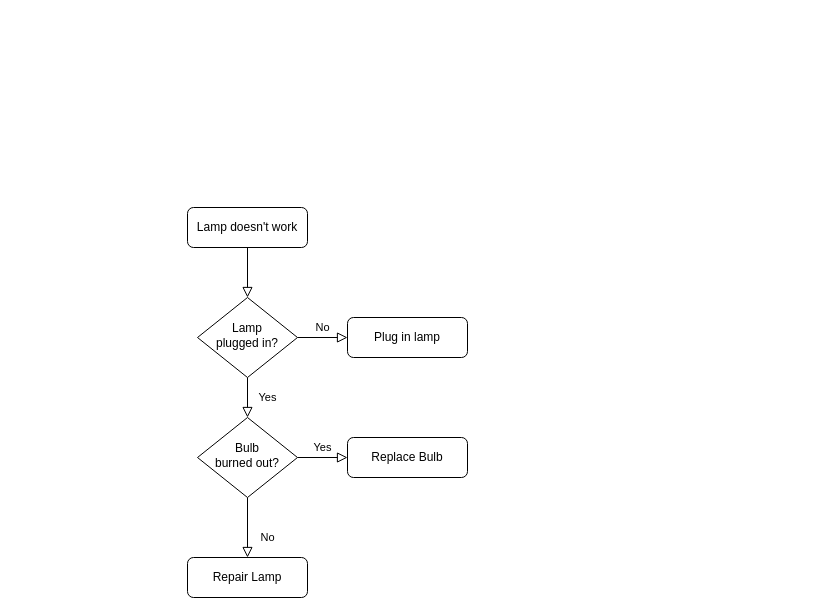
roykimm/diagram keeps this draw.io diagram as Untitled Diagram.drawio. Above is the earlier version. Source tidied: cells renumbered, new cells numbered last; positions are measured from the earlier drawing's top-left corner, leaving out a move shared by most shapes. Both pictures are drawn from the tidied source at 100%, with x=0, y=0 at pixel (187, 207).
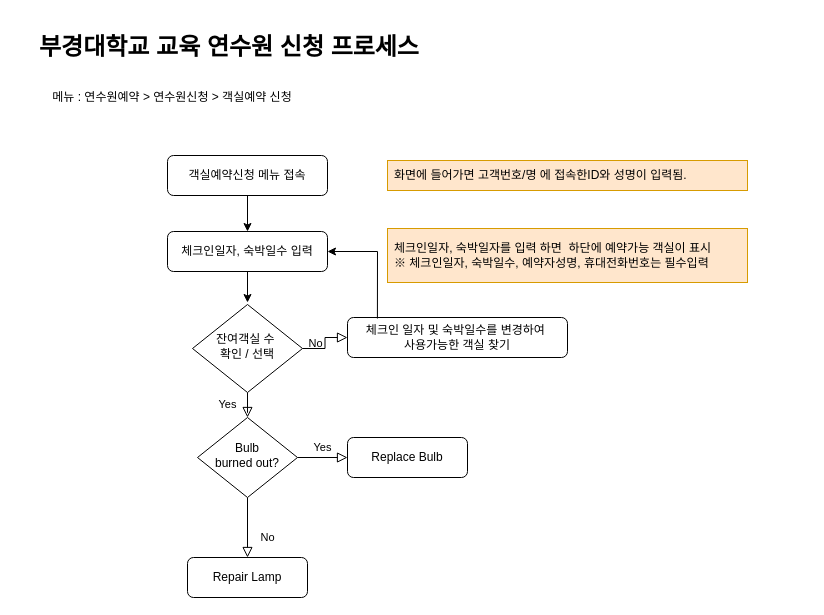
The same page after the edit.

Diff of the diagram source:
```diff
@@
-    <mxCell id="2" style="rounded=0;html=1;jettySize=auto;fontSize=11;endArrow=block;endFill=0;endSize=8;strokeWidth=1;shadow=0;labelBackgroundColor=none;edgeStyle=orthogonalEdgeStyle;" parent="1" edge="1" source="3" target="6">
-      <mxGeometry relative="1" as="geometry" />
-    </mxCell>
-    <mxCell id="3" value="Lamp doesn't work" style="rounded=1;whiteSpace=wrap;html=1;fontSize=12;glass=0;strokeWidth=1;shadow=0;" parent="1" vertex="1">
-      <mxGeometry width="120" height="40" as="geometry" />
+    <mxCell id="3" value="객실예약신청 메뉴 접속" style="rounded=1;whiteSpace=wrap;html=1;fontSize=12;glass=0;strokeWidth=1;shadow=0;" parent="1" vertex="1">
+      <mxGeometry x="-20" y="-52" width="160" height="40" as="geometry" />
     </mxCell>
@@
-    <mxCell id="6" value="Lamp&lt;br&gt;plugged in?" style="rhombus;whiteSpace=wrap;html=1;shadow=0;fontFamily=Helvetica;fontSize=12;align=center;strokeWidth=1;spacing=6;spacingTop=-4;" parent="1" vertex="1">
-      <mxGeometry x="10" y="90" width="100" height="80" as="geometry" />
+    <mxCell id="6" value="잔여객실 수&amp;nbsp;&lt;br&gt;확인 / 선택" style="rhombus;whiteSpace=wrap;html=1;shadow=0;fontFamily=Helvetica;fontSize=12;align=center;strokeWidth=1;spacing=6;spacingTop=-4;" parent="1" vertex="1">
+      <mxGeometry x="5" y="97" width="110" height="88" as="geometry" />
     </mxCell>
-    <mxCell id="7" value="Plug in lamp" style="rounded=1;whiteSpace=wrap;html=1;fontSize=12;glass=0;strokeWidth=1;shadow=0;" parent="1" vertex="1">
-      <mxGeometry x="160" y="110" width="120" height="40" as="geometry" />
+    <mxCell id="7" value="체크인 일자 및 숙박일수를 변경하여&amp;nbsp;&lt;br&gt;사용가능한 객실 찾기" style="rounded=1;whiteSpace=wrap;html=1;fontSize=12;glass=0;strokeWidth=1;shadow=0;" parent="1" vertex="1">
+      <mxGeometry x="160" y="110" width="220" height="40" as="geometry" />
     </mxCell>
@@
+    <mxCell id="13" value="&lt;h1&gt;&lt;span&gt;부경대학교 교육 연수원 신청 프로세스&lt;/span&gt;&lt;/h1&gt;" style="text;html=1;strokeColor=none;fillColor=none;align=left;verticalAlign=middle;whiteSpace=wrap;rounded=0;fontStyle=1;" parent="1" vertex="1">
+      <mxGeometry x="-150" y="-185" width="770" height="50" as="geometry" />
+    </mxCell>
+    <mxCell id="14" value="메뉴 : 연수원예약 &amp;gt; 연수원신청 &amp;gt; 객실예약 신청" style="text;html=1;strokeColor=none;fillColor=none;align=center;verticalAlign=middle;whiteSpace=wrap;rounded=0;" parent="1" vertex="1">
+      <mxGeometry x="-170" y="-125" width="310" height="30" as="geometry" />
+    </mxCell>
+    <mxCell id="15" value="화면에 들어가면 고객번호/명 에 접속한ID와 성명이 입력됨." style="text;html=1;strokeColor=#d79b00;fillColor=#ffe6cc;align=left;verticalAlign=middle;whiteSpace=wrap;rounded=0;spacingLeft=5;" parent="1" vertex="1">
+      <mxGeometry x="200" y="-47" width="360" height="30" as="geometry" />
+    </mxCell>
+    <mxCell id="16" value="체크인일자, 숙박일수 입력" style="rounded=1;whiteSpace=wrap;html=1;fontSize=12;glass=0;strokeWidth=1;shadow=0;" parent="1" vertex="1">
+      <mxGeometry x="-20" y="24" width="160" height="40" as="geometry" />
+    </mxCell>
+    <mxCell id="17" value="체크인일자, 숙박일자를 입력 하면&amp;nbsp; 하단에 예약가능 객실이 표시&lt;br&gt;※ 체크인일자, 숙박일수, 예약자성명, 휴대전화번호는 필수입력" style="text;html=1;strokeColor=#d79b00;fillColor=#ffe6cc;align=left;verticalAlign=middle;whiteSpace=wrap;rounded=0;spacingLeft=5;" parent="1" vertex="1">
+      <mxGeometry x="200" y="21" width="360" height="54" as="geometry" />
+    </mxCell>
+    <mxCell id="18" style="endArrow=classic;html=1;rounded=0;exitX=0.5;exitY=1;exitDx=0;exitDy=0;entryX=0.5;entryY=0;entryDx=0;entryDy=0;" parent="1" edge="1" source="3" target="16">
+      <mxGeometry relative="1" as="geometry" />
+    </mxCell>
+    <mxCell id="19" style="endArrow=classic;html=1;rounded=0;exitX=0.5;exitY=1;exitDx=0;exitDy=0;" parent="1" edge="1" source="16">
+      <mxGeometry relative="1" as="geometry">
+        <mxPoint x="60" y="95" as="targetPoint" />
+      </mxGeometry>
+    </mxCell>
+    <mxCell id="20" style="endArrow=classic;html=1;rounded=0;entryX=1;entryY=0.5;entryDx=0;entryDy=0;exitX=0.136;exitY=0.025;exitDx=0;exitDy=0;exitPerimeter=0;" parent="1" edge="1" source="7" target="16">
+      <mxGeometry relative="1" as="geometry">
+        <Array as="points">
+          <mxPoint x="190" y="44" />
+        </Array>
+      </mxGeometry>
+    </mxCell>
```
